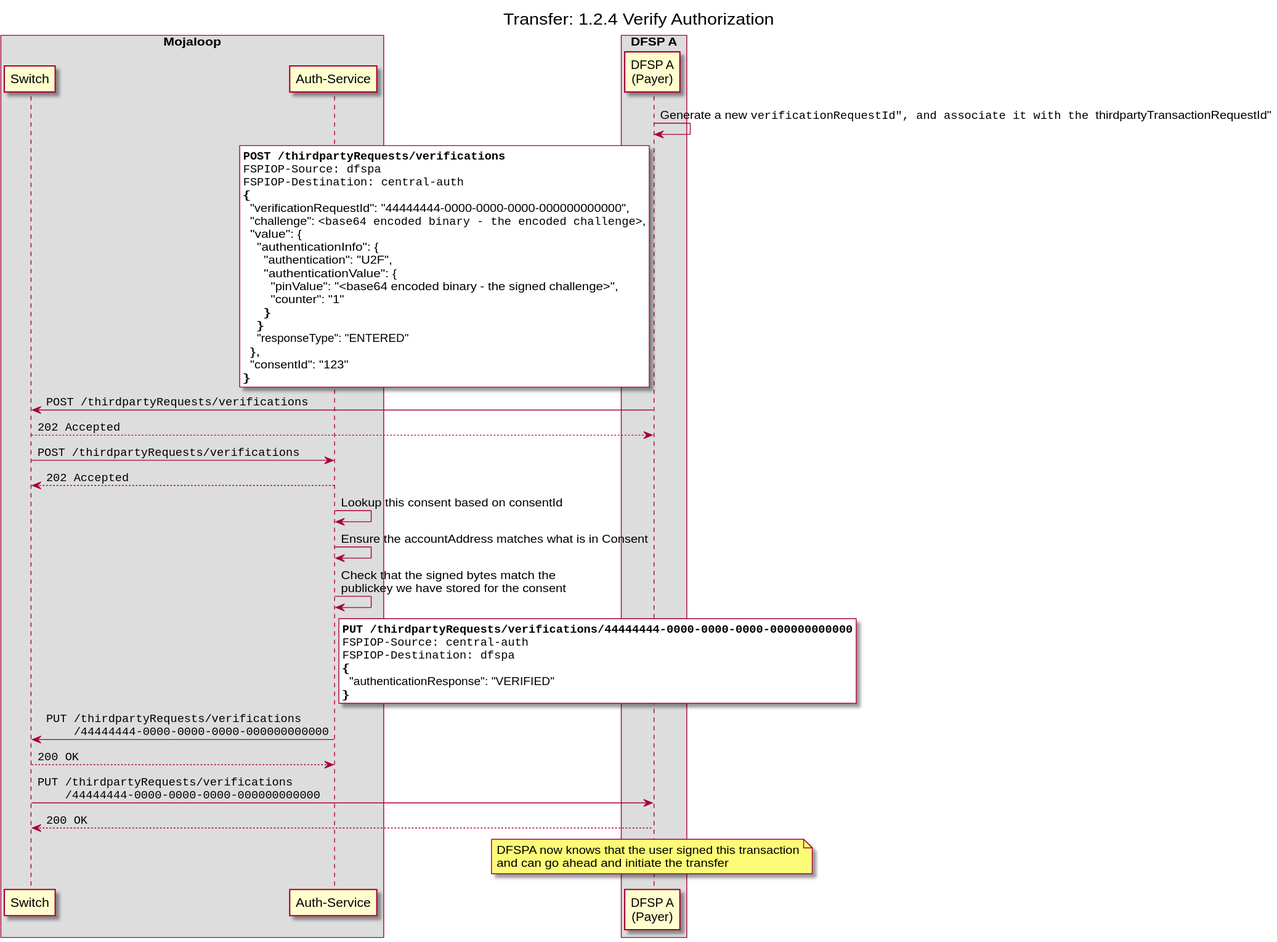
This is docs/out/transfer/1-2-4-verify-authorization.svg from mojaloop/pisp-project, a PlantUML export, as it was before one commit. Its source is kept beside it as docs/transfer/1-2-4-verify-authorization.puml. Its diagram source:
```plantuml
@startuml

title Transfer: 1.2.4 Verify Authorization


box "Mojaloop"
    participant Switch as S
    participant "Auth-Service" as AUTHS
end box
box "DFSP A"
    participant "DFSP A\n(Payer)" as D2
end box


D2 -> D2: Generate a new ""verificationRequestId", and associate it with the ""thirdpartyTransactionRequestId"

rnote left of D2 #Light
**""POST /thirdpartyRequests/verifications""**
""FSPIOP-Source: dfspa""
""FSPIOP-Destination: central-auth""
{
  "verificationRequestId": "44444444-0000-0000-0000-000000000000",
  "challenge": ""<base64 encoded binary - the encoded challenge>"",
  "value": {
    "authenticationInfo": {
      "authentication": "U2F",
      "authenticationValue": {
        "pinValue": "<base64 encoded binary - the signed challenge>",
        "counter": "1"
      }
    }
    "responseType": "ENTERED"
  },
  "consentId": "123"
}
end note
D2 -> S: ""POST /thirdpartyRequests/verifications""
S --> D2: ""202 Accepted""
S -> AUTHS: ""POST /thirdpartyRequests/verifications""
AUTHS --> S: ""202 Accepted""

AUTHS -> AUTHS: Lookup this consent based on consentId
AUTHS -> AUTHS: Ensure the accountAddress matches what is in Consent
AUTHS -> AUTHS: Check that the signed bytes match the \npublickey we have stored for the consent

rnote right of AUTHS #Light
**""PUT /thirdpartyRequests/verifications/44444444-0000-0000-0000-000000000000""**
""FSPIOP-Source: central-auth""
""FSPIOP-Destination: dfspa""
{
  "authenticationResponse": "VERIFIED"
}
end note
AUTHS -> S: ""PUT /thirdpartyRequests/verifications""\n""    /44444444-0000-0000-0000-000000000000""
S --> AUTHS: ""200 OK""
S -> D2: ""PUT /thirdpartyRequests/verifications""\n""    /44444444-0000-0000-0000-000000000000""
D2 --> S: ""200 OK""

note over D2
  DFSPA now knows that the user signed this transaction
  and can go ahead and initiate the transfer
end note



@enduml
```
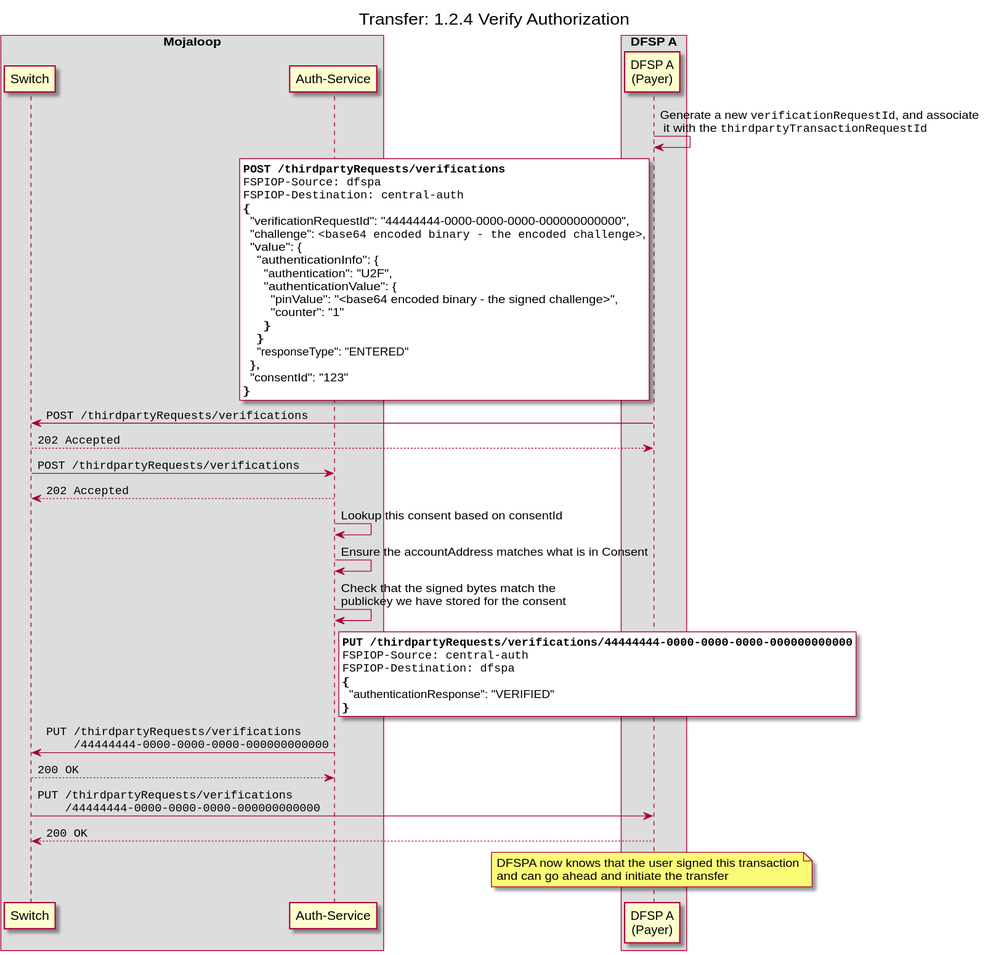
The same diagram one commit later.

Diff of the diagram source:
```diff
@@ -12,7 +12,7 @@
 end box
 
 
-D2 -> D2: Generate a new ""verificationRequestId", and associate it with the ""thirdpartyTransactionRequestId"
+D2 -> D2: Generate a new ""verificationRequestId"", and associate \n it with the ""thirdpartyTransactionRequestId""
 
 rnote left of D2 #Light
 **""POST /thirdpartyRequests/verifications""**
```
